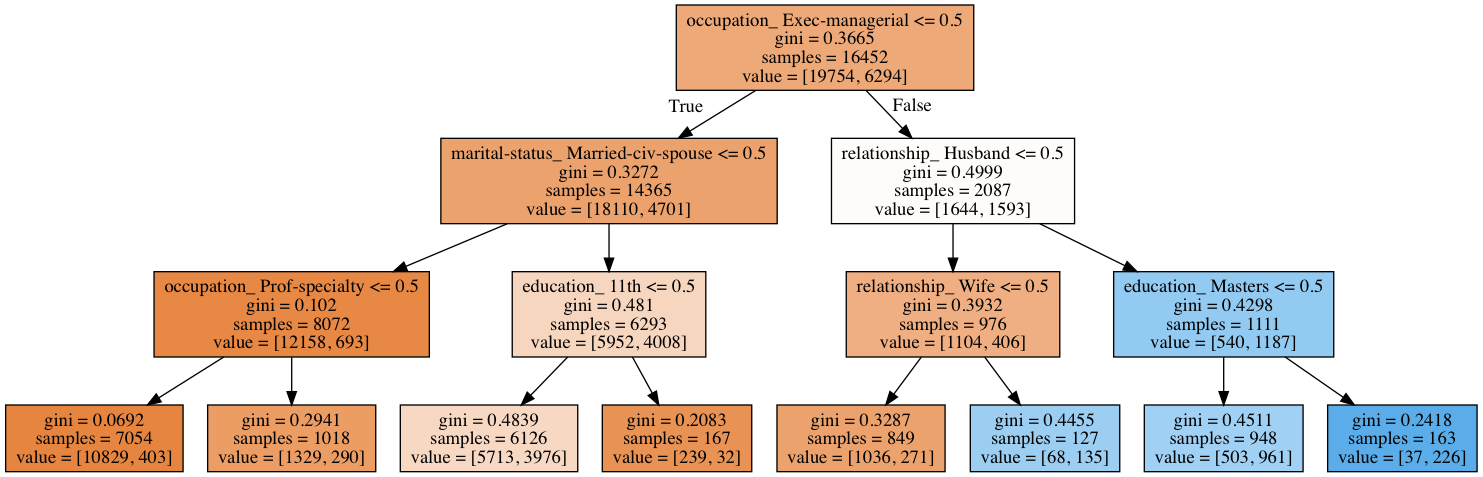
Above: models/tree1.png in shirmeir/notebooks (Graphviz), before the change. Its source is kept beside it as models/tree1.dot.
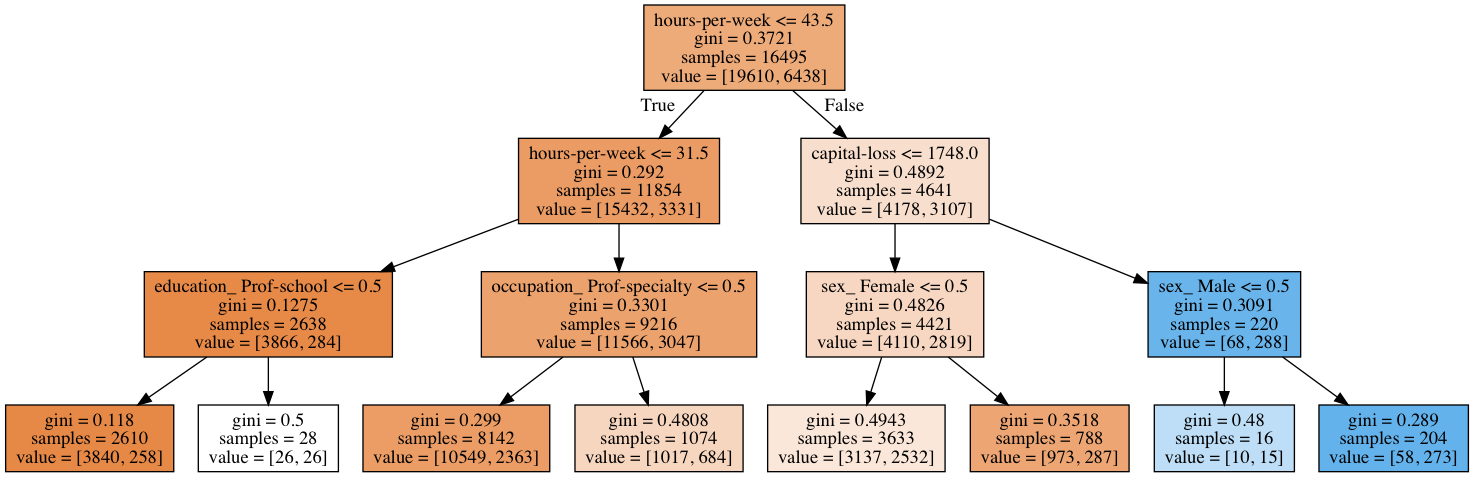
Later version of the same file.

The edit, as a diff of the source:
```diff
@@ -1,32 +1,32 @@
 digraph Tree {
 node [shape=box, style="filled", color="black"] ;
-0 [label="occupation_ Exec-managerial <= 0.5\ngini = 0.3665\nsamples = 16452\nvalue = [19754, 6294]", fillcolor="#e58139ae"] ;
-1 [label="marital-status_ Married-civ-spouse <= 0.5\ngini = 0.3272\nsamples = 14365\nvalue = [18110, 4701]", fillcolor="#e58139bd"] ;
+0 [label="hours-per-week <= 43.5\ngini = 0.3721\nsamples = 16495\nvalue = [19610, 6438]", fillcolor="#e58139ab"] ;
+1 [label="hours-per-week <= 31.5\ngini = 0.292\nsamples = 11854\nvalue = [15432, 3331]", fillcolor="#e58139c8"] ;
 0 -> 1 [labeldistance=2.5, labelangle=45, headlabel="True"] ;
-2 [label="occupation_ Prof-specialty <= 0.5\ngini = 0.102\nsamples = 8072\nvalue = [12158, 693]", fillcolor="#e58139f0"] ;
+2 [label="education_ Prof-school <= 0.5\ngini = 0.1275\nsamples = 2638\nvalue = [3866, 284]", fillcolor="#e58139ec"] ;
 1 -> 2 ;
-3 [label="gini = 0.0692\nsamples = 7054\nvalue = [10829, 403]", fillcolor="#e58139f6"] ;
+3 [label="gini = 0.118\nsamples = 2610\nvalue = [3840, 258]", fillcolor="#e58139ee"] ;
 2 -> 3 ;
-4 [label="gini = 0.2941\nsamples = 1018\nvalue = [1329, 290]", fillcolor="#e58139c7"] ;
+4 [label="gini = 0.5\nsamples = 28\nvalue = [26, 26]", fillcolor="#e5813900"] ;
 2 -> 4 ;
-5 [label="education_ 11th <= 0.5\ngini = 0.481\nsamples = 6293\nvalue = [5952, 4008]", fillcolor="#e5813953"] ;
+5 [label="occupation_ Prof-specialty <= 0.5\ngini = 0.3301\nsamples = 9216\nvalue = [11566, 3047]", fillcolor="#e58139bc"] ;
 1 -> 5 ;
-6 [label="gini = 0.4839\nsamples = 6126\nvalue = [5713, 3976]", fillcolor="#e581394e"] ;
+6 [label="gini = 0.299\nsamples = 8142\nvalue = [10549, 2363]", fillcolor="#e58139c6"] ;
 5 -> 6 ;
-7 [label="gini = 0.2083\nsamples = 167\nvalue = [239, 32]", fillcolor="#e58139dd"] ;
+7 [label="gini = 0.4808\nsamples = 1074\nvalue = [1017, 684]", fillcolor="#e5813953"] ;
 5 -> 7 ;
-8 [label="relationship_ Husband <= 0.5\ngini = 0.4999\nsamples = 2087\nvalue = [1644, 1593]", fillcolor="#e5813908"] ;
+8 [label="capital-loss <= 1748.0\ngini = 0.4892\nsamples = 4641\nvalue = [4178, 3107]", fillcolor="#e5813941"] ;
 0 -> 8 [labeldistance=2.5, labelangle=-45, headlabel="False"] ;
-9 [label="relationship_ Wife <= 0.5\ngini = 0.3932\nsamples = 976\nvalue = [1104, 406]", fillcolor="#e58139a1"] ;
+9 [label="sex_ Female <= 0.5\ngini = 0.4826\nsamples = 4421\nvalue = [4110, 2819]", fillcolor="#e5813950"] ;
 8 -> 9 ;
-10 [label="gini = 0.3287\nsamples = 849\nvalue = [1036, 271]", fillcolor="#e58139bc"] ;
+10 [label="gini = 0.4943\nsamples = 3633\nvalue = [3137, 2532]", fillcolor="#e5813931"] ;
 9 -> 10 ;
-11 [label="gini = 0.4455\nsamples = 127\nvalue = [68, 135]", fillcolor="#399de57f"] ;
+11 [label="gini = 0.3518\nsamples = 788\nvalue = [973, 287]", fillcolor="#e58139b4"] ;
 9 -> 11 ;
-12 [label="education_ Masters <= 0.5\ngini = 0.4298\nsamples = 1111\nvalue = [540, 1187]", fillcolor="#399de58b"] ;
+12 [label="sex_ Male <= 0.5\ngini = 0.3091\nsamples = 220\nvalue = [68, 288]", fillcolor="#399de5c3"] ;
 8 -> 12 ;
-13 [label="gini = 0.4511\nsamples = 948\nvalue = [503, 961]", fillcolor="#399de57a"] ;
+13 [label="gini = 0.48\nsamples = 16\nvalue = [10, 15]", fillcolor="#399de555"] ;
 12 -> 13 ;
-14 [label="gini = 0.2418\nsamples = 163\nvalue = [37, 226]", fillcolor="#399de5d5"] ;
+14 [label="gini = 0.289\nsamples = 204\nvalue = [58, 273]", fillcolor="#399de5c9"] ;
 12 -> 14 ;
 }
```
